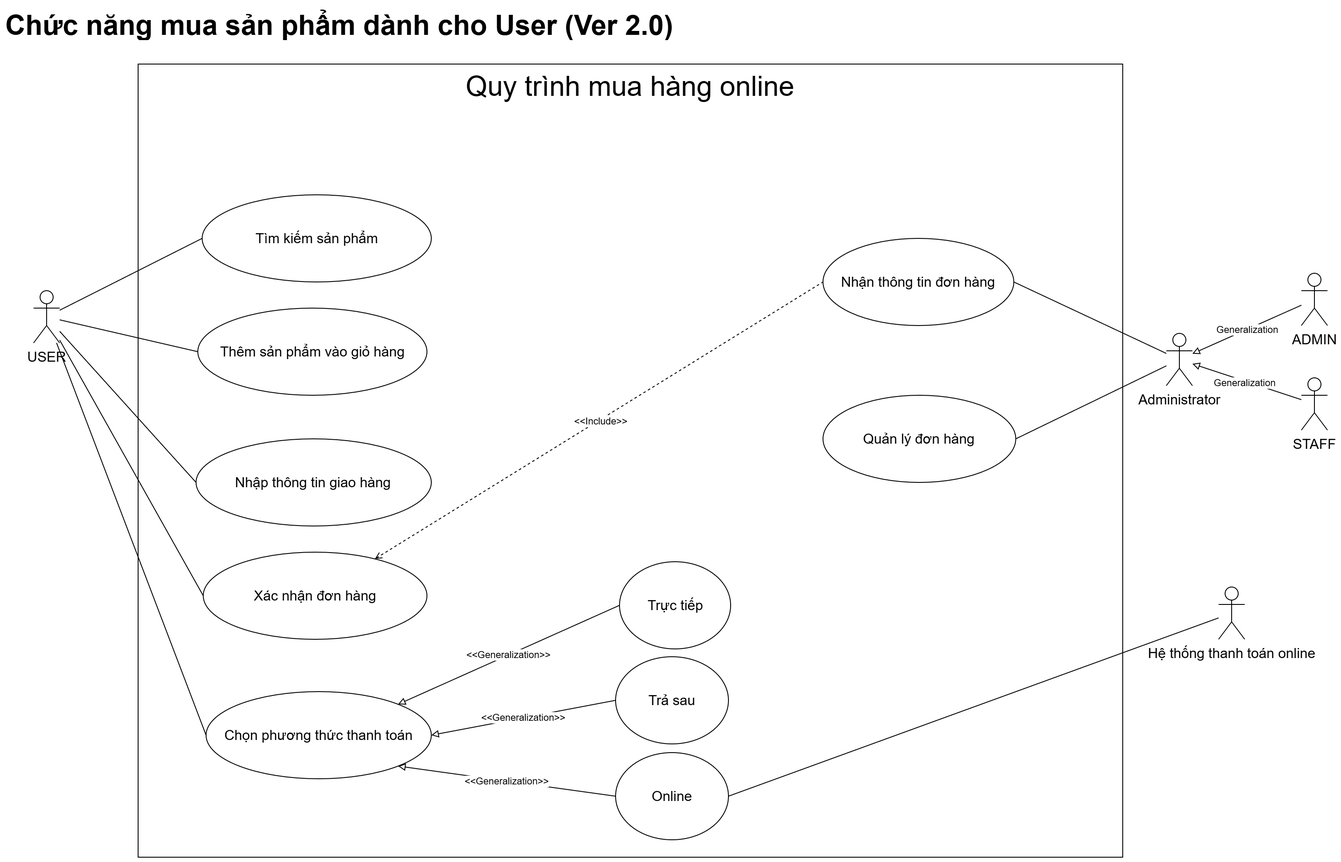
This is usecase/UseCase_Buy.png from hungtran3011/SAD-uml, a draw.io export, as it was before one commit. Source tidied: cells renumbered, new cells last; positions are measured from the earlier drawing's top-left corner, leaving out a move shared by most shapes.
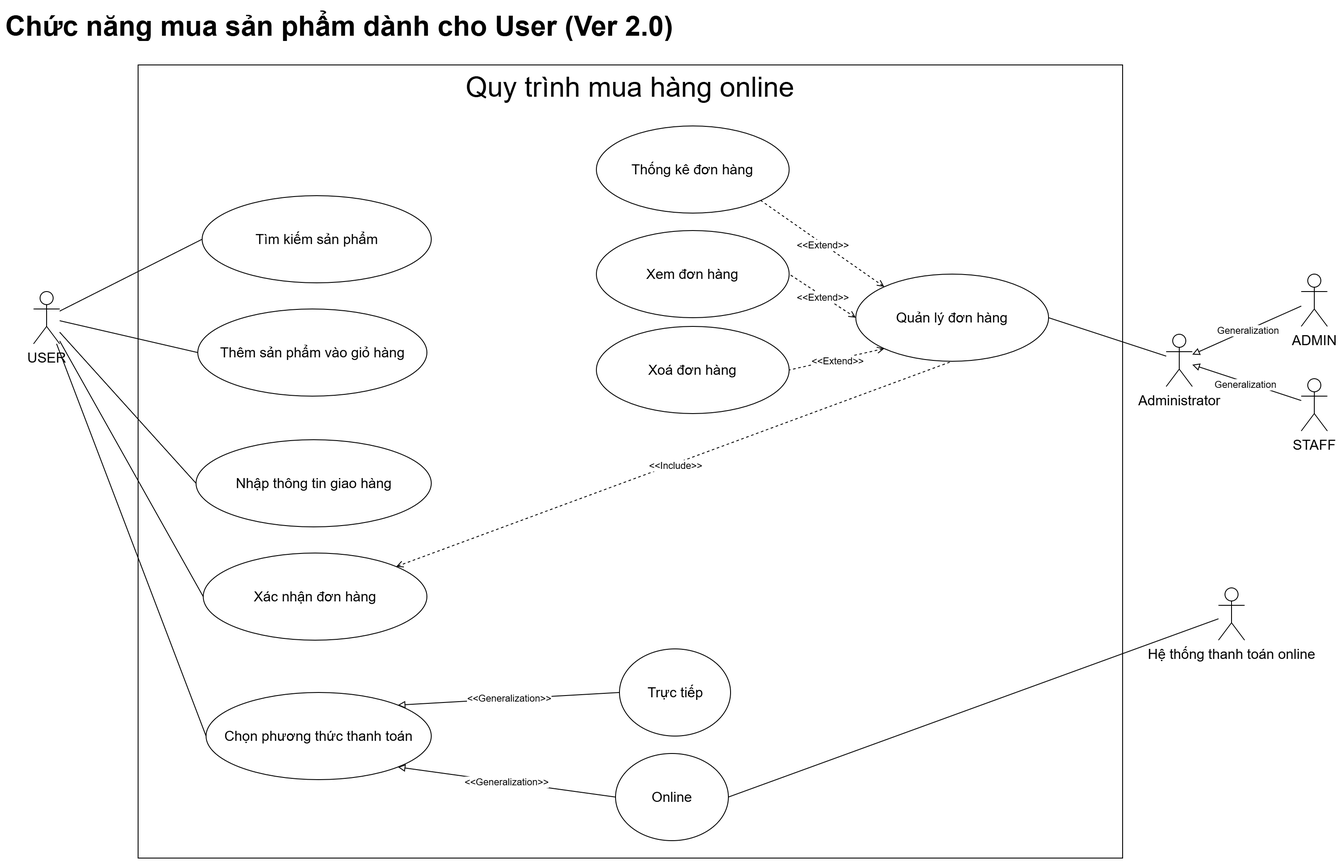
The same file after the commit.

The edit, as a diff of the source:
```diff
@@ -8,22 +8,22 @@
     <mxCell id="3" value="&lt;h1 style=&quot;margin-top: 0px;&quot;&gt;Chức năng mua sản phẩm dành cho User (Ver 2.0)&lt;/h1&gt;" style="text;html=1;whiteSpace=wrap;overflow=hidden;rounded=0;fontSize=16;" parent="1" vertex="1">
       <mxGeometry width="834" height="40" as="geometry" />
     </mxCell>
-    <mxCell id="4" style="edgeStyle=none;rounded=0;jettySize=auto;html=1;entryX=0;entryY=0.5;entryDx=0;entryDy=0;endArrow=none;startFill=0;fontSize=16;" parent="1" edge="1" source="8" target="18">
+    <mxCell id="4" style="edgeStyle=none;rounded=0;jettySize=auto;html=1;entryX=0;entryY=0.5;entryDx=0;entryDy=0;endArrow=none;startFill=0;fontSize=16;" parent="1" edge="1" source="8" target="17">
       <mxGeometry relative="1" as="geometry" />
     </mxCell>
-    <mxCell id="5" style="edgeStyle=none;rounded=0;jettySize=auto;html=1;entryX=0;entryY=0.5;entryDx=0;entryDy=0;endArrow=none;startFill=0;fontSize=16;" parent="1" edge="1" source="8" target="21">
+    <mxCell id="5" style="edgeStyle=none;rounded=0;jettySize=auto;html=1;entryX=0;entryY=0.5;entryDx=0;entryDy=0;endArrow=none;startFill=0;fontSize=16;" parent="1" edge="1" source="8" target="20">
       <mxGeometry relative="1" as="geometry" />
     </mxCell>
-    <mxCell id="6" style="rounded=0;jettySize=auto;html=1;entryX=0;entryY=0.5;entryDx=0;entryDy=0;endArrow=none;startFill=0;" parent="1" edge="1" source="8" target="22">
+    <mxCell id="6" style="rounded=0;jettySize=auto;html=1;entryX=0;entryY=0.5;entryDx=0;entryDy=0;endArrow=none;startFill=0;" parent="1" edge="1" source="8" target="21">
       <mxGeometry relative="1" as="geometry" />
     </mxCell>
-    <mxCell id="7" style="edgeStyle=none;rounded=0;jettySize=auto;html=1;entryX=0;entryY=0.5;entryDx=0;entryDy=0;endArrow=none;startFill=0;" parent="1" edge="1" source="8" target="25">
+    <mxCell id="7" style="edgeStyle=none;rounded=0;jettySize=auto;html=1;entryX=0;entryY=0.5;entryDx=0;entryDy=0;endArrow=none;startFill=0;" parent="1" edge="1" source="8" target="24">
       <mxGeometry relative="1" as="geometry" />
     </mxCell>
     <mxCell id="8" value="USER" style="shape=umlActor;verticalLabelPosition=bottom;verticalAlign=top;html=1;outlineConnect=0;fontSize=16;" parent="1" vertex="1">
       <mxGeometry x="34" y="330" width="30" height="60" as="geometry" />
     </mxCell>
-    <mxCell id="9" style="edgeStyle=none;rounded=0;jettySize=auto;html=1;endArrow=block;endFill=0;fontSize=16;" parent="1" edge="1" source="11" target="14">
+    <mxCell id="9" style="edgeStyle=none;rounded=0;jettySize=auto;html=1;endArrow=block;endFill=0;fontSize=16;" parent="1" edge="1" source="11" target="13">
       <mxGeometry relative="1" as="geometry" />
     </mxCell>
     <mxCell id="10" value="Generalization" style="edgeLabel;html=1;align=center;verticalAlign=middle;fontSize=11;" parent="9" vertex="1">
@@ -32,77 +32,92 @@
     <mxCell id="11" value="ADMIN" style="shape=umlActor;verticalLabelPosition=bottom;verticalAlign=top;html=1;outlineConnect=0;fontSize=16;" parent="1" vertex="1">
       <mxGeometry x="1489" y="310" width="30" height="60" as="geometry" />
     </mxCell>
-    <mxCell id="12" style="edgeStyle=none;rounded=0;jettySize=auto;html=1;entryX=1;entryY=0.5;entryDx=0;entryDy=0;endArrow=none;startFill=0;fontSize=16;" parent="1" edge="1" source="14" target="34">
+    <mxCell id="12" style="edgeStyle=none;rounded=0;jettySize=auto;html=1;entryX=1;entryY=0.5;entryDx=0;entryDy=0;endArrow=none;startFill=0;fontSize=16;" parent="1" edge="1" source="13" target="33">
       <mxGeometry relative="1" as="geometry" />
     </mxCell>
-    <mxCell id="13" style="edgeStyle=none;rounded=0;jettySize=auto;html=1;entryX=1;entryY=0.5;entryDx=0;entryDy=0;endArrow=none;startFill=0;fontSize=16;" parent="1" edge="1" source="14" target="35">
-      <mxGeometry relative="1" as="geometry" />
+    <mxCell id="13" value="Administrator" style="shape=umlActor;verticalLabelPosition=bottom;verticalAlign=top;html=1;outlineConnect=0;fontSize=16;" parent="1" vertex="1">
+      <mxGeometry x="1334" y="379" width="30" height="60" as="geometry" />
     </mxCell>
-    <mxCell id="14" value="Administrator" style="shape=umlActor;verticalLabelPosition=bottom;verticalAlign=top;html=1;outlineConnect=0;fontSize=16;" parent="1" vertex="1">
-      <mxGeometry x="1334" y="379" width="30" height="60" as="geometry" />
+    <mxCell id="14" style="edgeStyle=none;rounded=0;jettySize=auto;html=1;endArrow=block;endFill=0;fontSize=16;" parent="1" edge="1" source="16" target="13">
+      <mxGeometry relative="1" as="geometry" />
     </mxCell>
-    <mxCell id="15" style="edgeStyle=none;rounded=0;jettySize=auto;html=1;endArrow=block;endFill=0;fontSize=16;" parent="1" edge="1" source="17" target="14">
-      <mxGeometry relative="1" as="geometry" />
+    <mxCell id="15" value="Generalization" style="edgeLabel;html=1;align=center;verticalAlign=middle;fontSize=11;" parent="14" vertex="1">
+      <mxGeometry x="0.03" y="2" relative="1" as="geometry" />
     </mxCell>
-    <mxCell id="16" value="Generalization" style="edgeLabel;html=1;align=center;verticalAlign=middle;points=[];fontSize=11;" parent="15" vertex="1">
-      <mxGeometry x="0.03" y="2" relative="1" as="geometry" />
+    <mxCell id="16" value="STAFF" style="shape=umlActor;verticalLabelPosition=bottom;verticalAlign=top;html=1;outlineConnect=0;fontSize=16;" parent="1" vertex="1">
+      <mxGeometry x="1489" y="430" width="30" height="60" as="geometry" />
     </mxCell>
-    <mxCell id="17" value="STAFF" style="shape=umlActor;verticalLabelPosition=bottom;verticalAlign=top;html=1;outlineConnect=0;fontSize=16;" parent="1" vertex="1">
-      <mxGeometry x="1489" y="430" width="30" height="60" as="geometry" />
+    <mxCell id="17" value="Thêm sản phẩm vào giỏ hàng" style="ellipse;whiteSpace=wrap;html=1;fontSize=16;" parent="1" vertex="1">
+      <mxGeometry x="222.5" y="350" width="263" height="100" as="geometry" />
     </mxCell>
-    <mxCell id="18" value="Thêm sản phẩm vào giỏ hàng" style="ellipse;whiteSpace=wrap;html=1;fontSize=16;" parent="1" vertex="1">
-      <mxGeometry x="222.5" y="350" width="263" height="100" as="geometry" />
+    <mxCell id="18" value="Tìm kiếm sản phẩm" style="ellipse;whiteSpace=wrap;html=1;fontSize=16;" parent="1" vertex="1">
+      <mxGeometry x="227.5" y="220" width="263" height="100" as="geometry" />
     </mxCell>
-    <mxCell id="19" value="Tìm kiếm sản phẩm" style="ellipse;whiteSpace=wrap;html=1;fontSize=16;" parent="1" vertex="1">
-      <mxGeometry x="227.5" y="220" width="263" height="100" as="geometry" />
+    <mxCell id="19" style="rounded=0;jettySize=auto;html=1;entryX=0;entryY=0.5;entryDx=0;entryDy=0;endArrow=none;startFill=0;fontSize=16;" parent="1" edge="1" source="8" target="18">
+      <mxGeometry relative="1" as="geometry" />
     </mxCell>
-    <mxCell id="20" style="rounded=0;jettySize=auto;html=1;entryX=0;entryY=0.5;entryDx=0;entryDy=0;endArrow=none;startFill=0;fontSize=16;" parent="1" edge="1" source="8" target="19">
-      <mxGeometry relative="1" as="geometry" />
+    <mxCell id="20" value="Nhập thông tin giao hàng" style="ellipse;whiteSpace=wrap;html=1;fontSize=16;" parent="1" vertex="1">
+      <mxGeometry x="220.5" y="500" width="270" height="100" as="geometry" />
     </mxCell>
-    <mxCell id="21" value="Nhập thông tin giao hàng" style="ellipse;whiteSpace=wrap;html=1;fontSize=16;" parent="1" vertex="1">
-      <mxGeometry x="220.5" y="500" width="270" height="100" as="geometry" />
+    <mxCell id="21" value="Chọn phương thức thanh toán" style="ellipse;whiteSpace=wrap;html=1;fontSize=16;" parent="1" vertex="1">
+      <mxGeometry x="232" y="790" width="258.5" height="100" as="geometry" />
     </mxCell>
-    <mxCell id="22" value="Chọn phương thức thanh toán" style="ellipse;whiteSpace=wrap;html=1;fontSize=16;" parent="1" vertex="1">
-      <mxGeometry x="232" y="790" width="258.5" height="100" as="geometry" />
+    <mxCell id="22" style="edgeStyle=none;rounded=0;jettySize=auto;html=1;entryX=0.5;entryY=1;entryDx=0;entryDy=0;endArrow=none;startFill=0;startArrow=open;dashed=1;fontSize=16;" parent="1" edge="1" source="24" target="33">
+      <mxGeometry relative="1" as="geometry" />
     </mxCell>
-    <mxCell id="23" style="edgeStyle=none;rounded=0;jettySize=auto;html=1;entryX=0;entryY=0.5;entryDx=0;entryDy=0;endArrow=none;startFill=0;startArrow=open;dashed=1;fontSize=16;" parent="1" edge="1" source="25" target="34">
-      <mxGeometry relative="1" as="geometry" />
+    <mxCell id="23" value="&amp;lt;&amp;lt;Include&amp;gt;&amp;gt;" style="edgeLabel;html=1;align=center;verticalAlign=middle;fontSize=11;" parent="22" vertex="1">
+      <mxGeometry y="-1" relative="1" as="geometry" />
     </mxCell>
-    <mxCell id="24" value="&amp;lt;&amp;lt;Include&amp;gt;&amp;gt;" style="edgeLabel;html=1;align=center;verticalAlign=middle;points=[];fontSize=11;" parent="23" vertex="1">
-      <mxGeometry y="-1" relative="1" as="geometry" />
+    <mxCell id="24" value="Xác nhận đơn hàng" style="ellipse;whiteSpace=wrap;html=1;fontSize=16;" parent="1" vertex="1">
+      <mxGeometry x="228.8" y="630" width="256.8" height="100" as="geometry" />
     </mxCell>
-    <mxCell id="25" value="Xác nhận đơn hàng" style="ellipse;whiteSpace=wrap;html=1;fontSize=16;" parent="1" vertex="1">
-      <mxGeometry x="228.8" y="630" width="256.8" height="100" as="geometry" />
+    <mxCell id="25" value="Trực tiếp" style="ellipse;whiteSpace=wrap;html=1;fontSize=16;" parent="1" vertex="1">
+      <mxGeometry x="706.5" y="740" width="127.5" height="100" as="geometry" />
     </mxCell>
-    <mxCell id="26" value="Trực tiếp" style="ellipse;whiteSpace=wrap;html=1;fontSize=16;" parent="1" vertex="1">
-      <mxGeometry x="706.5" y="641" width="127.5" height="100" as="geometry" />
+    <mxCell id="26" value="&amp;lt;&amp;lt;Generalization&amp;gt;&amp;gt;" style="endArrow=none;endSize=16;endFill=0;html=1;rounded=0;exitX=1;exitY=0;exitDx=0;exitDy=0;entryX=0;entryY=0.5;entryDx=0;entryDy=0;startFill=0;startArrow=block;fontSize=11;" parent="1" edge="1" source="21" target="25">
+      <mxGeometry relative="1" as="geometry" />
     </mxCell>
-    <mxCell id="27" value="Trả sau" style="ellipse;whiteSpace=wrap;html=1;fontSize=16;" parent="1" vertex="1">
-      <mxGeometry x="702" y="750" width="129.5" height="100" as="geometry" />
+    <mxCell id="27" value="Online" style="ellipse;whiteSpace=wrap;html=1;fontSize=16;" parent="1" vertex="1">
+      <mxGeometry x="702" y="860" width="129.5" height="100" as="geometry" />
     </mxCell>
-    <mxCell id="28" value="&amp;lt;&amp;lt;Generalization&amp;gt;&amp;gt;" style="endArrow=none;endSize=16;endFill=0;html=1;rounded=0;exitX=1;exitY=0;exitDx=0;exitDy=0;entryX=0;entryY=0.5;entryDx=0;entryDy=0;startFill=0;startArrow=block;fontSize=11;" parent="1" edge="1" source="22" target="26">
+    <mxCell id="28" value="&amp;lt;&amp;lt;Generalization&amp;gt;&amp;gt;" style="endArrow=none;endSize=16;endFill=0;html=1;rounded=0;exitX=1;exitY=1;exitDx=0;exitDy=0;entryX=0;entryY=0.5;entryDx=0;entryDy=0;startArrow=block;startFill=0;fontSize=11;" parent="1" edge="1" source="21" target="27">
       <mxGeometry relative="1" as="geometry" />
     </mxCell>
-    <mxCell id="29" value="&amp;lt;&amp;lt;Generalization&amp;gt;&amp;gt;" style="endArrow=none;endSize=16;endFill=0;html=1;rounded=0;exitX=1;exitY=0.5;exitDx=0;exitDy=0;entryX=0;entryY=0.5;entryDx=0;entryDy=0;startArrow=block;startFill=0;fontSize=11;" parent="1" edge="1" source="22" target="27">
+    <mxCell id="29" style="edgeStyle=none;rounded=0;jettySize=auto;html=1;entryX=1;entryY=0.5;entryDx=0;entryDy=0;endArrow=none;startFill=0;fontSize=16;" parent="1" edge="1" source="30" target="27">
       <mxGeometry relative="1" as="geometry" />
     </mxCell>
-    <mxCell id="30" value="Online" style="ellipse;whiteSpace=wrap;html=1;fontSize=16;" parent="1" vertex="1">
-      <mxGeometry x="702" y="860" width="129.5" height="100" as="geometry" />
+    <mxCell id="30" value="Hệ thống thanh toán online" style="shape=umlActor;verticalLabelPosition=bottom;verticalAlign=top;html=1;outlineConnect=0;fontSize=16;" parent="1" vertex="1">
+      <mxGeometry x="1394" y="670" width="30" height="60" as="geometry" />
     </mxCell>
-    <mxCell id="31" value="&amp;lt;&amp;lt;Generalization&amp;gt;&amp;gt;" style="endArrow=none;endSize=16;endFill=0;html=1;rounded=0;exitX=1;exitY=1;exitDx=0;exitDy=0;entryX=0;entryY=0.5;entryDx=0;entryDy=0;startArrow=block;startFill=0;fontSize=11;" parent="1" edge="1" source="22" target="30">
+    <mxCell id="31" style="rounded=0;jettySize=auto;html=1;exitX=0;exitY=0;exitDx=0;exitDy=0;entryX=1;entryY=1;entryDx=0;entryDy=0;startArrow=open;startFill=0;endArrow=none;dashed=1;" parent="1" edge="1" source="33" target="34">
       <mxGeometry relative="1" as="geometry" />
     </mxCell>
-    <mxCell id="32" style="edgeStyle=none;rounded=0;jettySize=auto;html=1;entryX=1;entryY=0.5;entryDx=0;entryDy=0;endArrow=none;startFill=0;fontSize=16;" parent="1" edge="1" source="33" target="30">
-      <mxGeometry relative="1" as="geometry" />
+    <mxCell id="32" value="&amp;lt;&amp;lt;Extend&amp;gt;&amp;gt;" style="edgeLabel;html=1;align=center;verticalAlign=middle;" parent="31" vertex="1">
+      <mxGeometry y="1" relative="1" as="geometry" />
     </mxCell>
-    <mxCell id="33" value="Hệ thống thanh toán online" style="shape=umlActor;verticalLabelPosition=bottom;verticalAlign=top;html=1;outlineConnect=0;fontSize=16;" parent="1" vertex="1">
-      <mxGeometry x="1394" y="670" width="30" height="60" as="geometry" />
+    <mxCell id="33" value="Quản lý đơn hàng" style="ellipse;whiteSpace=wrap;html=1;fontSize=16;" parent="1" vertex="1">
+      <mxGeometry x="977.8" y="310" width="221.2" height="100" as="geometry" />
     </mxCell>
-    <mxCell id="34" value="Nhận thông tin đơn hàng" style="ellipse;whiteSpace=wrap;html=1;fontSize=16;" parent="1" vertex="1">
-      <mxGeometry x="940" y="270" width="219" height="100" as="geometry" />
+    <mxCell id="34" value="Thống kê đơn hàng" style="ellipse;whiteSpace=wrap;html=1;fontSize=16;" parent="1" vertex="1">
+      <mxGeometry x="680" y="140" width="221.2" height="100" as="geometry" />
     </mxCell>
-    <mxCell id="35" value="Quản lý đơn hàng" style="ellipse;whiteSpace=wrap;html=1;fontSize=16;" parent="1" vertex="1">
-      <mxGeometry x="940" y="450" width="221.2" height="100" as="geometry" />
+    <mxCell id="35" value="Xem đơn hàng" style="ellipse;whiteSpace=wrap;html=1;fontSize=16;" parent="1" vertex="1">
+      <mxGeometry x="680" y="260" width="221.2" height="100" as="geometry" />
     </mxCell>
+    <mxCell id="36" value="Xoá đơn hàng" style="ellipse;whiteSpace=wrap;html=1;fontSize=16;" parent="1" vertex="1">
+      <mxGeometry x="680" y="370" width="221.2" height="100" as="geometry" />
+    </mxCell>
+    <mxCell id="37" style="rounded=0;jettySize=auto;html=1;exitX=0;exitY=0.5;exitDx=0;exitDy=0;entryX=1;entryY=0.5;entryDx=0;entryDy=0;startArrow=open;startFill=0;endArrow=none;dashed=1;" parent="1" edge="1" source="33" target="35">
+      <mxGeometry relative="1" as="geometry" />
+    </mxCell>
+    <mxCell id="38" value="&amp;lt;&amp;lt;Extend&amp;gt;&amp;gt;" style="edgeLabel;html=1;align=center;verticalAlign=middle;" parent="37" vertex="1">
+      <mxGeometry y="1" relative="1" as="geometry" />
+    </mxCell>
+    <mxCell id="39" style="rounded=0;jettySize=auto;html=1;exitX=0;exitY=1;exitDx=0;exitDy=0;entryX=1;entryY=0.5;entryDx=0;entryDy=0;startArrow=open;startFill=0;endArrow=none;dashed=1;" parent="1" edge="1" source="33" target="36">
+      <mxGeometry relative="1" as="geometry" />
+    </mxCell>
+    <mxCell id="40" value="&amp;lt;&amp;lt;Extend&amp;gt;&amp;gt;" style="edgeLabel;html=1;align=center;verticalAlign=middle;" parent="39" vertex="1">
+      <mxGeometry y="1" relative="1" as="geometry" />
+    </mxCell>
   </root>
 </mxGraphModel>
```
